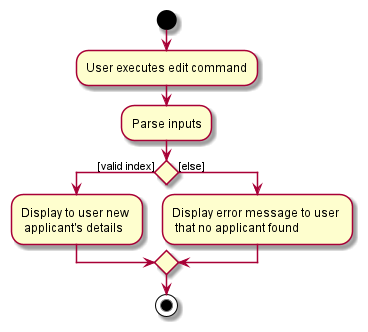
Before: docs/images/EditActivityDiagram.png, a diagram exported from PlantUML (zzhikai/tp).
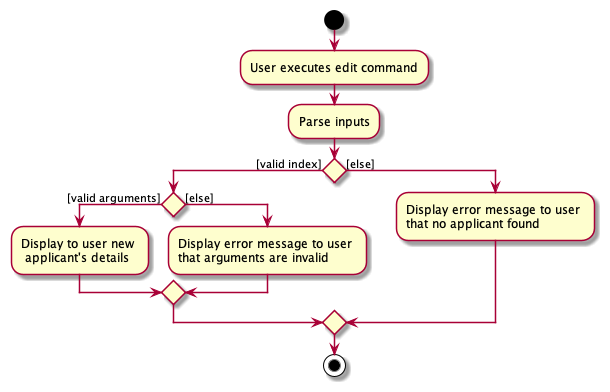
The same diagram one commit later.

Commit message:
update Edit command activity diagram

Change to the diagram source:
```diff
@@ -4,11 +4,14 @@
 :User executes edit command;
 :Parse inputs;
 if () then ([valid index])
-:Display to user new \n applicant's details;
+    if () then ([valid arguments])
+    :Display to user new \n applicant's details;
+    else ([else])
+    :Display error message to user \nthat arguments are invalid;
+    endif
 else ([else])
-:Display error message to user \n that no applicant found;
+:Display error message to user \nthat no applicant found;
 endif
-
 
 stop
 
```
